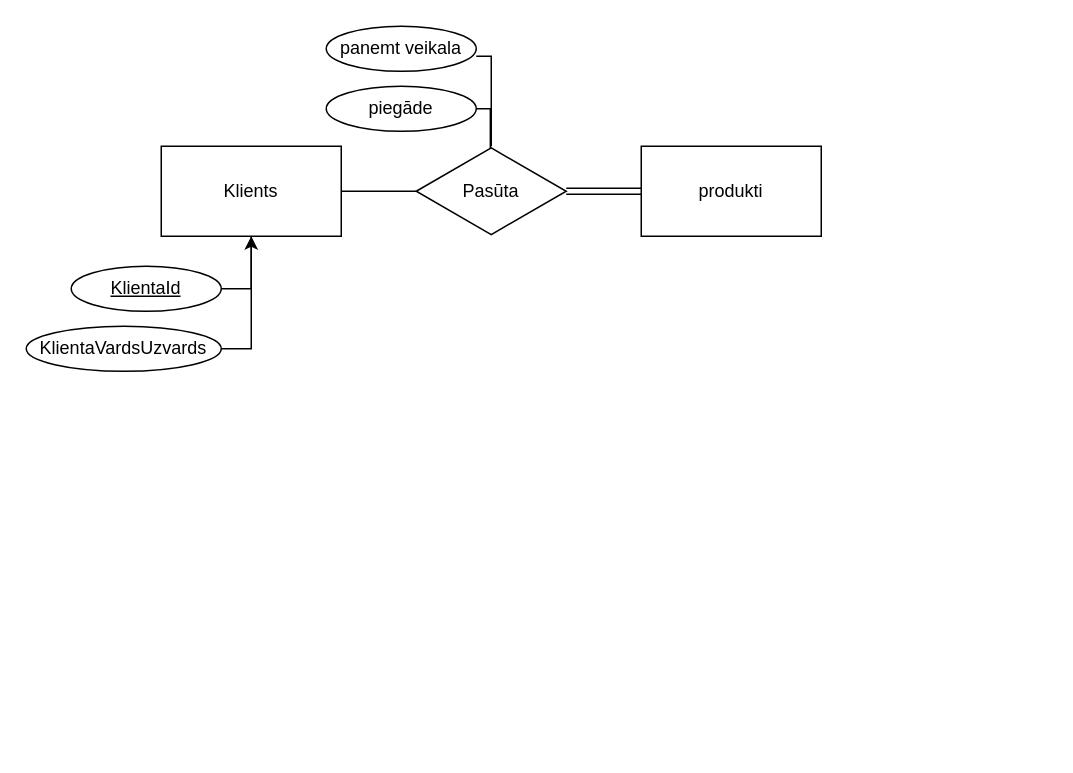
Earlier version of the draw.io diagram Untitled Diagram.drawio (jianueai/Programmesana-II). Source tidied: cells renumbered, new cells numbered last; positions are measured from the earlier drawing's top-left corner, leaving out a move shared by most shapes. Both pictures are drawn from the tidied source at 150%, with x=0, y=0 at pixel (26, 26).
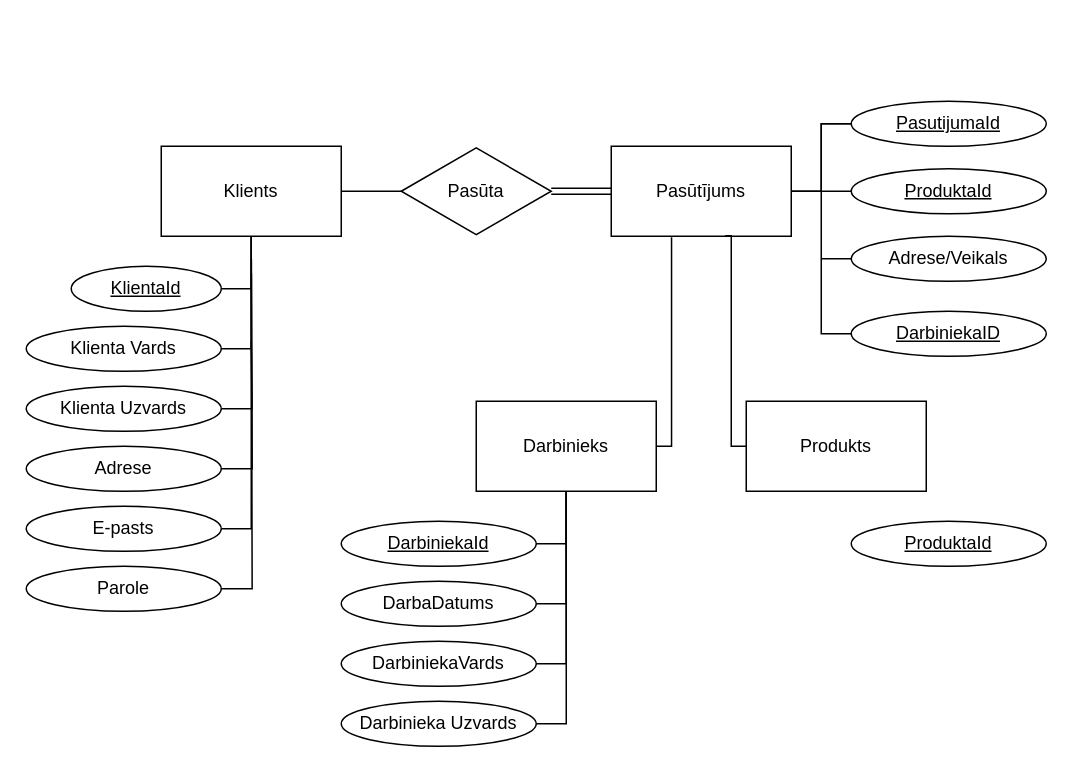
After the change.

The change refers to these unchanged cells:
```xml
<mxCell id="3" value="Klients" style="rounded=0;whiteSpace=wrap;html=1;" parent="1" vertex="1">
  <mxGeometry x="90" y="80" width="120" height="60" as="geometry" />
</mxCell>
<mxCell id="12" value="&lt;u&gt;KlientaId&lt;/u&gt;" style="strokeWidth=1;html=1;shape=mxgraph.flowchart.start_1;whiteSpace=wrap;" parent="1" vertex="1">
  <mxGeometry x="30" y="160" width="100" height="30" as="geometry" />
</mxCell>
```

Diff of the diagram source:
```diff
@@
     <mxCell id="5" value="Pasūta" style="html=1;whiteSpace=wrap;shape=isoRectangle;" parent="1" vertex="1">
-      <mxGeometry x="260" y="80" width="100" height="60" as="geometry" />
+      <mxGeometry x="250" y="80" width="100" height="60" as="geometry" />
     </mxCell>
-    <mxCell id="6" style="edgeStyle=orthogonalEdgeStyle;rounded=0;jettySize=auto;html=1;entryX=0.494;entryY=0.027;entryDx=0;entryDy=0;entryPerimeter=0;endArrow=none;endFill=0;" parent="1" edge="1" source="7" target="5">
-      <mxGeometry relative="1" as="geometry">
-        <Array as="points">
-          <mxPoint x="309" y="55" />
-        </Array>
-      </mxGeometry>
-    </mxCell>
-    <mxCell id="7" value="piegāde" style="strokeWidth=1;html=1;shape=mxgraph.flowchart.start_1;whiteSpace=wrap;" parent="1" vertex="1">
-      <mxGeometry x="200" y="40" width="100" height="30" as="geometry" />
-    </mxCell>
-    <mxCell id="8" style="edgeStyle=orthogonalEdgeStyle;rounded=0;jettySize=auto;html=1;endArrow=none;endFill=0;" parent="1" edge="1" source="9" target="5">
-      <mxGeometry relative="1" as="geometry">
-        <Array as="points">
-          <mxPoint x="310" y="20" />
-        </Array>
-      </mxGeometry>
-    </mxCell>
-    <mxCell id="9" value="panemt veikala" style="strokeWidth=1;html=1;shape=mxgraph.flowchart.start_1;whiteSpace=wrap;" parent="1" vertex="1">
-      <mxGeometry x="200" width="100" height="30" as="geometry" />
-    </mxCell>
+    <mxCell id="15" style="edgeStyle=orthogonalEdgeStyle;rounded=0;jettySize=auto;html=1;endArrow=none;endFill=0;" parent="1" edge="1" source="10" target="31">
+      <mxGeometry relative="1" as="geometry" />
+    </mxCell>
-    <mxCell id="10" value="produkti" style="rounded=0;whiteSpace=wrap;html=1;" parent="1" vertex="1">
-      <mxGeometry x="410" y="80" width="120" height="60" as="geometry" />
+    <mxCell id="10" value="Pasūtījums" style="rounded=0;whiteSpace=wrap;html=1;" parent="1" vertex="1">
+      <mxGeometry x="390" y="80" width="120" height="60" as="geometry" />
     </mxCell>
-    <mxCell id="11" style="edgeStyle=orthogonalEdgeStyle;rounded=0;jettySize=auto;html=1;entryX=0.5;entryY=1;entryDx=0;entryDy=0;" parent="1" edge="1" source="12" target="3">
+    <mxCell id="11" style="edgeStyle=orthogonalEdgeStyle;rounded=0;jettySize=auto;html=1;entryX=0.5;entryY=1;entryDx=0;entryDy=0;endArrow=none;endFill=0;" parent="1" edge="1" source="12" target="3">
       <mxGeometry relative="1" as="geometry">
         <Array as="points">
           <mxPoint x="150" y="175" />
         </Array>
       </mxGeometry>
     </mxCell>
@@
-    <mxCell id="14" value="KlientaVardsUzvards" style="strokeWidth=1;html=1;shape=mxgraph.flowchart.start_1;whiteSpace=wrap;" parent="1" vertex="1">
+    <mxCell id="14" value="Klienta Vards" style="strokeWidth=1;html=1;shape=mxgraph.flowchart.start_1;whiteSpace=wrap;" parent="1" vertex="1">
       <mxGeometry y="200" width="130" height="30" as="geometry" />
     </mxCell>
+    <mxCell id="16" style="edgeStyle=orthogonalEdgeStyle;rounded=0;jettySize=auto;html=1;endArrow=none;endFill=0;" parent="1" edge="1" source="17">
+      <mxGeometry relative="1" as="geometry">
+        <mxPoint x="150" y="210" as="targetPoint" />
+      </mxGeometry>
+    </mxCell>
+    <mxCell id="17" value="Klienta Uzvards" style="strokeWidth=1;html=1;shape=mxgraph.flowchart.start_1;whiteSpace=wrap;" parent="1" vertex="1">
+      <mxGeometry y="240" width="130" height="30" as="geometry" />
+    </mxCell>
+    <mxCell id="18" style="edgeStyle=orthogonalEdgeStyle;rounded=0;jettySize=auto;html=1;endArrow=none;endFill=0;" parent="1" edge="1" source="19">
+      <mxGeometry relative="1" as="geometry">
+        <mxPoint x="150.1" y="155" as="targetPoint" />
+      </mxGeometry>
+    </mxCell>
+    <mxCell id="19" value="Adrese" style="strokeWidth=1;html=1;shape=mxgraph.flowchart.start_1;whiteSpace=wrap;" parent="1" vertex="1">
+      <mxGeometry y="280" width="130" height="30" as="geometry" />
+    </mxCell>
+    <mxCell id="20" style="edgeStyle=orthogonalEdgeStyle;rounded=0;jettySize=auto;html=1;entryX=0.5;entryY=1;entryDx=0;entryDy=0;endArrow=none;endFill=0;" parent="1" edge="1" source="21" target="3">
+      <mxGeometry relative="1" as="geometry">
+        <Array as="points">
+          <mxPoint x="150" y="335" />
+        </Array>
+      </mxGeometry>
+    </mxCell>
+    <mxCell id="21" value="E-pasts" style="strokeWidth=1;html=1;shape=mxgraph.flowchart.start_1;whiteSpace=wrap;" parent="1" vertex="1">
+      <mxGeometry y="320" width="130" height="30" as="geometry" />
+    </mxCell>
+    <mxCell id="22" style="edgeStyle=orthogonalEdgeStyle;rounded=0;jettySize=auto;html=1;endArrow=none;endFill=0;" parent="1" edge="1" source="23">
+      <mxGeometry relative="1" as="geometry">
+        <mxPoint x="150.1" y="165" as="targetPoint" />
+      </mxGeometry>
+    </mxCell>
+    <mxCell id="23" value="Parole" style="strokeWidth=1;html=1;shape=mxgraph.flowchart.start_1;whiteSpace=wrap;" parent="1" vertex="1">
+      <mxGeometry y="360" width="130" height="30" as="geometry" />
+    </mxCell>
+    <mxCell id="24" style="edgeStyle=orthogonalEdgeStyle;rounded=0;jettySize=auto;html=1;entryX=1;entryY=0.5;entryDx=0;entryDy=0;endArrow=none;endFill=0;" parent="1" edge="1" source="25" target="10">
+      <mxGeometry relative="1" as="geometry" />
+    </mxCell>
+    <mxCell id="25" value="&lt;u&gt;ProduktaId&lt;/u&gt;" style="strokeWidth=1;html=1;shape=mxgraph.flowchart.start_1;whiteSpace=wrap;" parent="1" vertex="1">
+      <mxGeometry x="550" y="95" width="130" height="30" as="geometry" />
+    </mxCell>
+    <mxCell id="26" style="edgeStyle=orthogonalEdgeStyle;rounded=0;jettySize=auto;html=1;exitX=0;exitY=0.5;exitDx=0;exitDy=0;exitPerimeter=0;endArrow=none;endFill=0;" parent="1" edge="1" source="27">
+      <mxGeometry relative="1" as="geometry">
+        <mxPoint x="530" y="110" as="targetPoint" />
+      </mxGeometry>
+    </mxCell>
+    <mxCell id="27" value="&lt;u&gt;DarbiniekaID&lt;/u&gt;" style="strokeWidth=1;html=1;shape=mxgraph.flowchart.start_1;whiteSpace=wrap;" parent="1" vertex="1">
+      <mxGeometry x="550" y="190" width="130" height="30" as="geometry" />
+    </mxCell>
+    <mxCell id="28" style="edgeStyle=orthogonalEdgeStyle;rounded=0;jettySize=auto;html=1;exitX=0;exitY=0.5;exitDx=0;exitDy=0;exitPerimeter=0;endArrow=none;endFill=0;" parent="1" edge="1" source="29">
+      <mxGeometry relative="1" as="geometry">
+        <mxPoint x="530.1" y="155" as="targetPoint" />
+      </mxGeometry>
+    </mxCell>
+    <mxCell id="29" value="Adrese/Veikals" style="strokeWidth=1;html=1;shape=mxgraph.flowchart.start_1;whiteSpace=wrap;" parent="1" vertex="1">
+      <mxGeometry x="550" y="140" width="130" height="30" as="geometry" />
+    </mxCell>
+    <mxCell id="30" style="edgeStyle=orthogonalEdgeStyle;rounded=0;jettySize=auto;html=1;endArrow=none;endFill=0;" parent="1" edge="1" source="31">
+      <mxGeometry relative="1" as="geometry">
+        <mxPoint x="530" y="110" as="targetPoint" />
+        <Array as="points">
+          <mxPoint x="530" y="65" />
+        </Array>
+      </mxGeometry>
+    </mxCell>
+    <mxCell id="31" value="&lt;u&gt;PasutijumaId&lt;/u&gt;" style="strokeWidth=1;html=1;shape=mxgraph.flowchart.start_1;whiteSpace=wrap;" parent="1" vertex="1">
+      <mxGeometry x="550" y="50" width="130" height="30" as="geometry" />
+    </mxCell>
+    <mxCell id="32" style="edgeStyle=orthogonalEdgeStyle;rounded=0;jettySize=auto;html=1;entryX=0.633;entryY=0.995;entryDx=0;entryDy=0;entryPerimeter=0;endArrow=none;endFill=0;" parent="1" edge="1" source="33" target="10">
+      <mxGeometry relative="1" as="geometry">
+        <Array as="points">
+          <mxPoint x="470" y="280" />
+          <mxPoint x="470" y="140" />
+        </Array>
+      </mxGeometry>
+    </mxCell>
+    <mxCell id="33" value="Produkts" style="rounded=0;whiteSpace=wrap;html=1;" parent="1" vertex="1">
+      <mxGeometry x="480" y="250" width="120" height="60" as="geometry" />
+    </mxCell>
+    <mxCell id="34" style="edgeStyle=orthogonalEdgeStyle;rounded=0;jettySize=auto;html=1;entryX=0.335;entryY=1.011;entryDx=0;entryDy=0;entryPerimeter=0;endArrow=none;endFill=0;" parent="1" edge="1" source="35" target="10">
+      <mxGeometry relative="1" as="geometry">
+        <Array as="points">
+          <mxPoint x="430" y="280" />
+        </Array>
+      </mxGeometry>
+    </mxCell>
+    <mxCell id="35" value="Darbinieks" style="rounded=0;whiteSpace=wrap;html=1;" parent="1" vertex="1">
+      <mxGeometry x="300" y="250" width="120" height="60" as="geometry" />
+    </mxCell>
+    <mxCell id="36" style="edgeStyle=orthogonalEdgeStyle;rounded=0;jettySize=auto;html=1;entryX=0.5;entryY=1;entryDx=0;entryDy=0;endArrow=none;endFill=0;" parent="1" edge="1" source="37" target="35">
+      <mxGeometry relative="1" as="geometry">
+        <Array as="points">
+          <mxPoint x="360" y="345" />
+        </Array>
+      </mxGeometry>
+    </mxCell>
+    <mxCell id="37" value="&lt;u&gt;DarbiniekaId&lt;/u&gt;" style="strokeWidth=1;html=1;shape=mxgraph.flowchart.start_1;whiteSpace=wrap;" parent="1" vertex="1">
+      <mxGeometry x="210" y="330" width="130" height="30" as="geometry" />
+    </mxCell>
+    <mxCell id="38" style="edgeStyle=orthogonalEdgeStyle;rounded=0;jettySize=auto;html=1;entryX=0.5;entryY=1;entryDx=0;entryDy=0;endArrow=none;endFill=0;" parent="1" edge="1" source="39" target="35">
+      <mxGeometry relative="1" as="geometry">
+        <Array as="points">
+          <mxPoint x="360" y="385" />
+        </Array>
+      </mxGeometry>
+    </mxCell>
+    <mxCell id="39" value="DarbaDatums" style="strokeWidth=1;html=1;shape=mxgraph.flowchart.start_1;whiteSpace=wrap;" parent="1" vertex="1">
+      <mxGeometry x="210" y="370" width="130" height="30" as="geometry" />
+    </mxCell>
+    <mxCell id="40" style="edgeStyle=orthogonalEdgeStyle;rounded=0;jettySize=auto;html=1;entryX=0.5;entryY=1;entryDx=0;entryDy=0;endArrow=none;endFill=0;" parent="1" edge="1" source="41" target="35">
+      <mxGeometry relative="1" as="geometry">
+        <Array as="points">
+          <mxPoint x="360" y="425" />
+        </Array>
+      </mxGeometry>
+    </mxCell>
+    <mxCell id="41" value="DarbiniekaVards" style="strokeWidth=1;html=1;shape=mxgraph.flowchart.start_1;whiteSpace=wrap;" parent="1" vertex="1">
+      <mxGeometry x="210" y="410" width="130" height="30" as="geometry" />
+    </mxCell>
+    <mxCell id="42" style="edgeStyle=orthogonalEdgeStyle;rounded=0;jettySize=auto;html=1;entryX=0.5;entryY=1;entryDx=0;entryDy=0;endArrow=none;endFill=0;" parent="1" edge="1" source="43" target="35">
+      <mxGeometry relative="1" as="geometry">
+        <Array as="points">
+          <mxPoint x="360" y="465" />
+        </Array>
+      </mxGeometry>
+    </mxCell>
+    <mxCell id="43" value="Darbinieka Uzvards" style="strokeWidth=1;html=1;shape=mxgraph.flowchart.start_1;whiteSpace=wrap;" parent="1" vertex="1">
+      <mxGeometry x="210" y="450" width="130" height="30" as="geometry" />
+    </mxCell>
+    <mxCell id="44" value="&lt;u&gt;ProduktaId&lt;/u&gt;" style="strokeWidth=1;html=1;shape=mxgraph.flowchart.start_1;whiteSpace=wrap;" parent="1" vertex="1">
+      <mxGeometry x="550" y="330" width="130" height="30" as="geometry" />
+    </mxCell>
```
